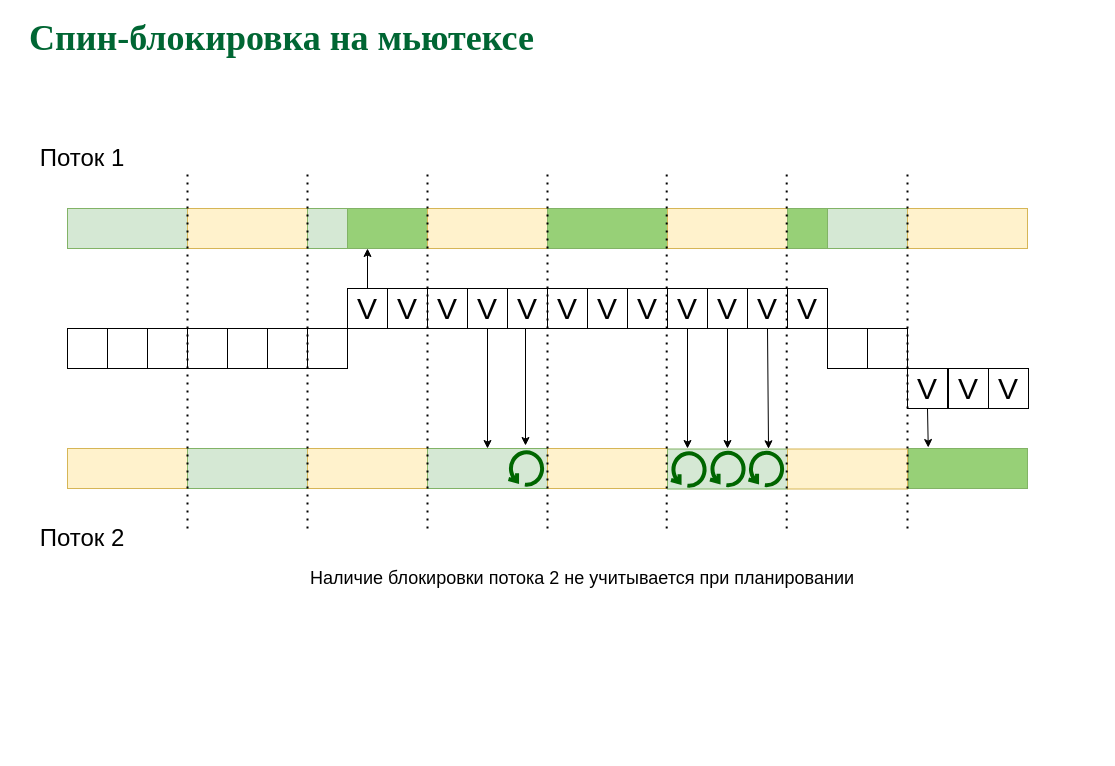
Earlier version of the draw.io diagram page "Mutex - spinlock" (5 of 18) of slides/sync.drawio (77maxikov/os_course). Source tidied: cells renumbered, new cells numbered last; positions are measured from the earlier drawing's top-left corner, leaving out a move shared by most shapes. Both pictures are drawn from the tidied source at 100%, with x=0, y=0 at pixel (17, 28).
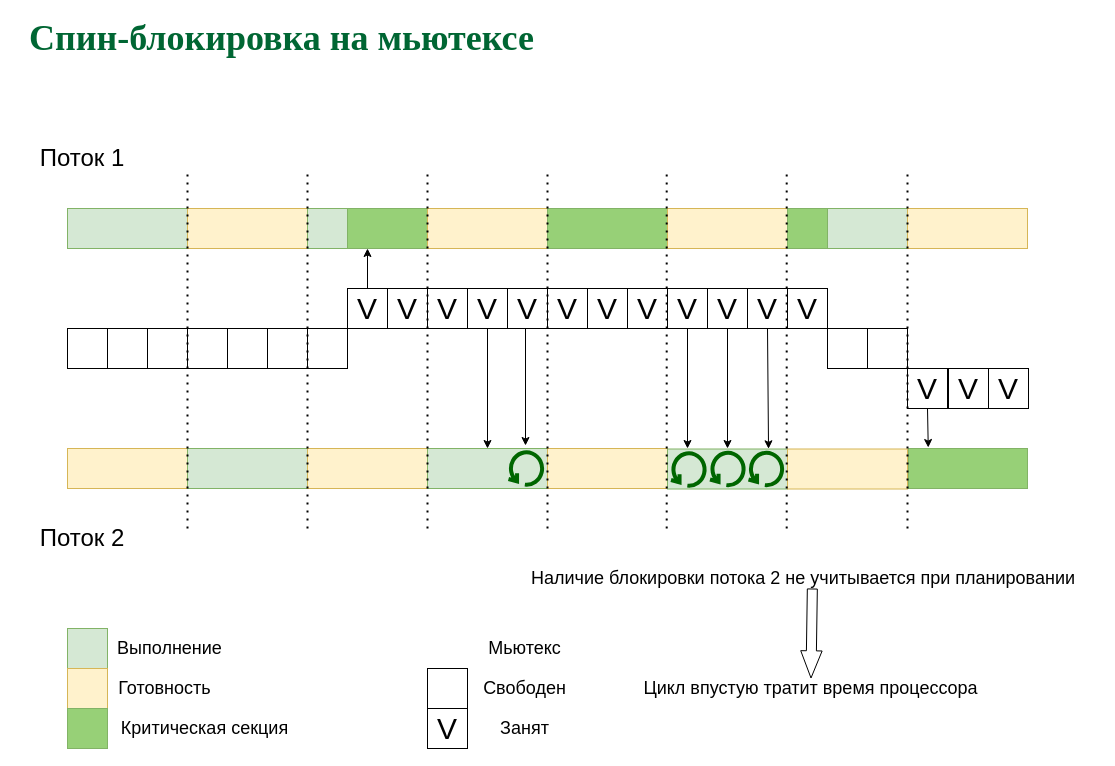
The same diagram, later.

The edit, as a diff of the source:
```diff
@@
     <mxCell id="60" value="&lt;font color=&quot;#000000&quot; style=&quot;font-size: 18px&quot;&gt;Наличие блокировки потока 2 не учитывается при планировании&lt;/font&gt;" style="text;html=1;strokeColor=none;fillColor=none;align=center;verticalAlign=middle;whiteSpace=wrap;rounded=0;fontColor=#006633;" parent="1" vertex="1">
-      <mxGeometry x="270" y="540" width="590" height="20" as="geometry" />
+      <mxGeometry x="491" y="540" width="590" height="20" as="geometry" />
     </mxCell>
@@
+    <mxCell id="66" style="rounded=0;whiteSpace=wrap;html=1;fillColor=#d5e8d4;strokeColor=#82b366;" parent="1" vertex="1">
+      <mxGeometry x="50" y="600" width="40" height="40" as="geometry" />
+    </mxCell>
+    <mxCell id="67" value="&lt;font color=&quot;#000000&quot;&gt;&lt;span style=&quot;font-size: 18px&quot;&gt;Выполнение&lt;/span&gt;&lt;/font&gt;" style="text;html=1;strokeColor=none;fillColor=none;align=center;verticalAlign=middle;whiteSpace=wrap;rounded=0;fontColor=#006633;" parent="1" vertex="1">
+      <mxGeometry x="95" y="610" width="115" height="20" as="geometry" />
+    </mxCell>
+    <mxCell id="68" style="rounded=0;whiteSpace=wrap;html=1;fillColor=#fff2cc;strokeColor=#d6b656;" parent="1" vertex="1">
+      <mxGeometry x="50" y="640" width="40" height="40" as="geometry" />
+    </mxCell>
+    <mxCell id="69" value="&lt;font color=&quot;#000000&quot;&gt;&lt;span style=&quot;font-size: 18px&quot;&gt;Готовность&lt;/span&gt;&lt;/font&gt;" style="text;html=1;strokeColor=none;fillColor=none;align=center;verticalAlign=middle;whiteSpace=wrap;rounded=0;fontColor=#006633;" parent="1" vertex="1">
+      <mxGeometry x="90" y="650" width="115" height="20" as="geometry" />
+    </mxCell>
+    <mxCell id="70" style="rounded=0;whiteSpace=wrap;html=1;strokeColor=#82b366;fillColor=#97D077;" parent="1" vertex="1">
+      <mxGeometry x="50" y="680" width="40" height="40" as="geometry" />
+    </mxCell>
+    <mxCell id="71" value="&lt;font color=&quot;#000000&quot;&gt;&lt;span style=&quot;font-size: 18px&quot;&gt;Критическая секция&lt;/span&gt;&lt;/font&gt;" style="text;html=1;strokeColor=none;fillColor=none;align=center;verticalAlign=middle;whiteSpace=wrap;rounded=0;fontColor=#006633;" parent="1" vertex="1">
+      <mxGeometry x="95" y="690" width="185" height="20" as="geometry" />
+    </mxCell>
+    <mxCell id="72" style="whiteSpace=wrap;html=1;" parent="1" vertex="1">
+      <mxGeometry x="410" y="640" width="40" height="40" as="geometry" />
+    </mxCell>
+    <mxCell id="73" value="&lt;font color=&quot;#000000&quot;&gt;&lt;span style=&quot;font-size: 18px&quot;&gt;Свободен&lt;/span&gt;&lt;/font&gt;" style="text;html=1;strokeColor=none;fillColor=none;align=center;verticalAlign=middle;whiteSpace=wrap;rounded=0;fontColor=#006633;" parent="1" vertex="1">
+      <mxGeometry x="450" y="650" width="115" height="20" as="geometry" />
+    </mxCell>
+    <mxCell id="74" value="&lt;font color=&quot;#000000&quot;&gt;&lt;span style=&quot;font-size: 18px&quot;&gt;Занят&lt;/span&gt;&lt;/font&gt;" style="text;html=1;strokeColor=none;fillColor=none;align=center;verticalAlign=middle;whiteSpace=wrap;rounded=0;fontColor=#006633;" parent="1" vertex="1">
+      <mxGeometry x="450" y="690" width="115" height="20" as="geometry" />
+    </mxCell>
+    <mxCell id="75" value="&lt;font style=&quot;font-size: 30px&quot;&gt;V&lt;/font&gt;" style="whiteSpace=wrap;html=1;" parent="1" vertex="1">
+      <mxGeometry x="410" y="680" width="40" height="40" as="geometry" />
+    </mxCell>
+    <mxCell id="76" value="&lt;font color=&quot;#000000&quot;&gt;&lt;span style=&quot;font-size: 18px&quot;&gt;Мьютекс&lt;/span&gt;&lt;/font&gt;" style="text;html=1;strokeColor=none;fillColor=none;align=center;verticalAlign=middle;whiteSpace=wrap;rounded=0;fontColor=#006633;" parent="1" vertex="1">
+      <mxGeometry x="450" y="610" width="115" height="20" as="geometry" />
+    </mxCell>
+    <mxCell id="77" style="shape=flexArrow;endArrow=classic;html=1;rounded=0;exitX=0.515;exitY=1;exitDx=0;exitDy=0;exitPerimeter=0;endWidth=10.4;endSize=8.728;entryX=0.5;entryY=0;entryDx=0;entryDy=0;" parent="1" edge="1" source="60" target="78">
+      <mxGeometry relative="1" as="geometry" />
+    </mxCell>
+    <mxCell id="78" value="&lt;font color=&quot;#000000&quot;&gt;&lt;span style=&quot;font-size: 18px&quot;&gt;Цикл впустую тратит время процессора&lt;/span&gt;&lt;/font&gt;" style="text;html=1;strokeColor=none;fillColor=none;align=center;verticalAlign=middle;whiteSpace=wrap;rounded=0;fontColor=#006633;" parent="1" vertex="1">
+      <mxGeometry x="616" y="650" width="355" height="20" as="geometry" />
+    </mxCell>
```
